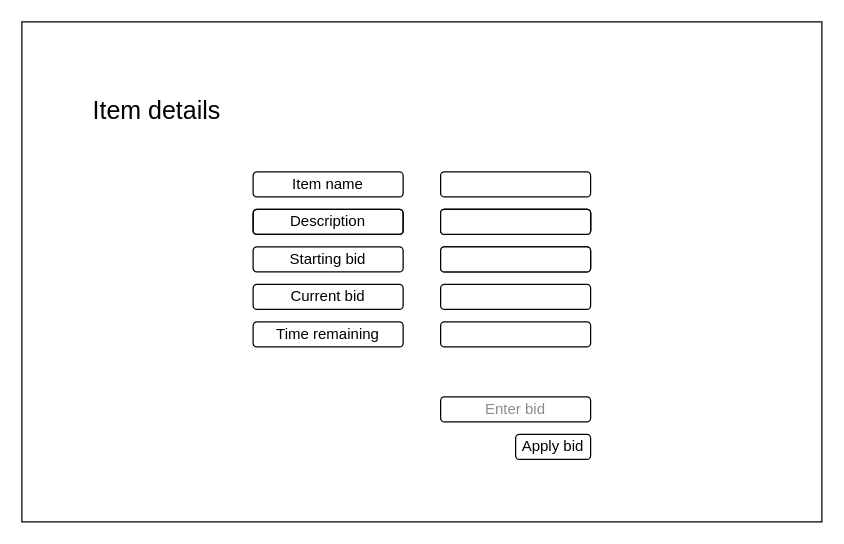
Earlier version of the draw.io diagram ItemDetails_page.drawio (malshan1998/draw.io). Source tidied: cells renumbered, new cells numbered last; positions are measured from the earlier drawing's top-left corner, leaving out a move shared by most shapes. Both pictures are drawn from the tidied source at 125%, with x=0, y=0 at pixel (21, 21).
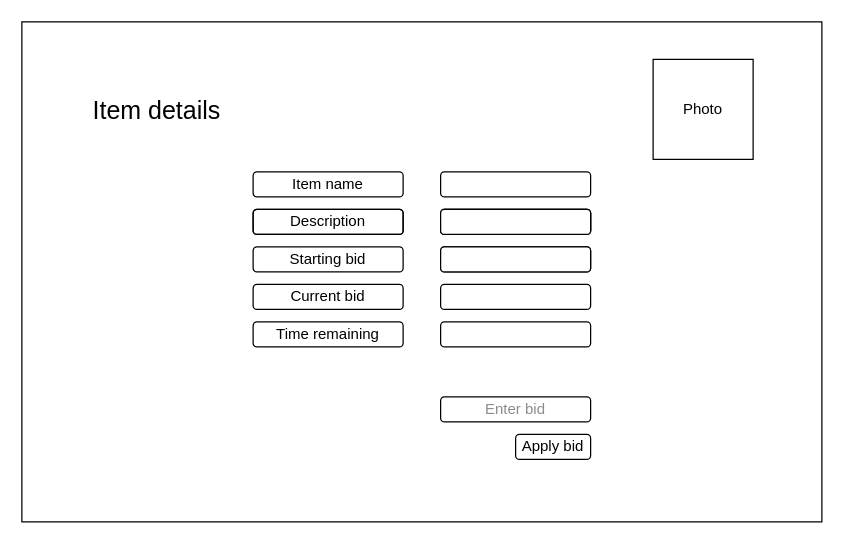
The same page after the edit.

What changed in the source:
```diff
@@
+    <mxCell id="20" value="&lt;div&gt;Photo&lt;/div&gt;" style="whiteSpace=wrap;html=1;" parent="1" vertex="1">
+      <mxGeometry x="505" y="30" width="80" height="80" as="geometry" />
+    </mxCell>
```
